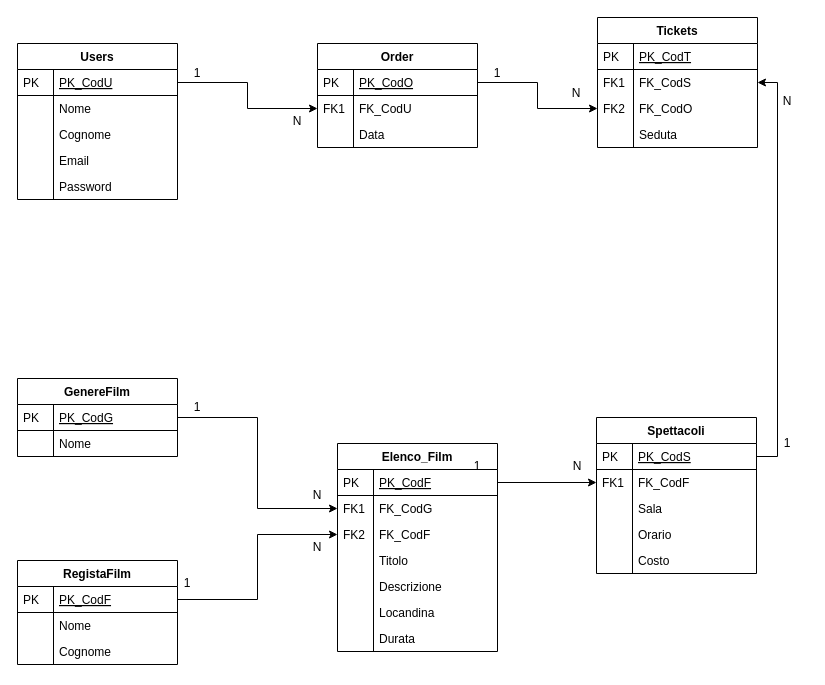
The draw.io diagram materiale aggiuntivo/DB.drawio in DenisCiammaricone/PrenotazioniCinema, before the edit. Source tidied: cells renumbered, new cells numbered last; positions are measured from the earlier drawing's top-left corner, leaving out a move shared by most shapes. Both pictures are drawn from the tidied source at 100%, with x=0, y=0 at pixel (17, 17).
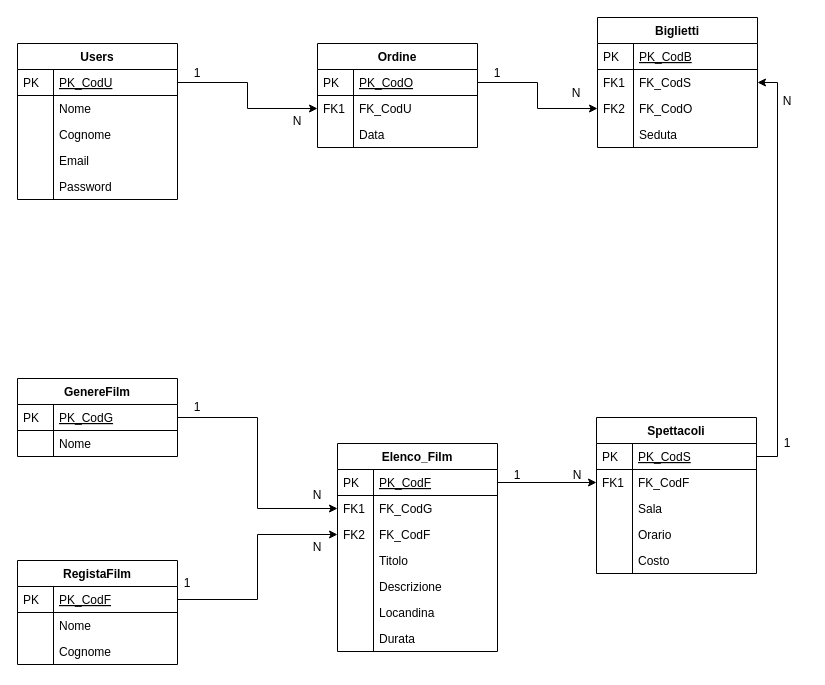
Above is the later version.

The edit, as a diff of the source:
```diff
@@
-    <mxCell id="13" value="Order" style="swimlane;fontStyle=1;horizontal=1;startSize=26;rounded=0;shadow=0;strokeWidth=1;" parent="1" vertex="1">
+    <mxCell id="13" value="Ordine" style="swimlane;fontStyle=1;horizontal=1;startSize=26;rounded=0;shadow=0;strokeWidth=1;" parent="1" vertex="1">
       <mxGeometry x="300" y="26" width="160" height="104" as="geometry" />
     </mxCell>
@@
-    <mxCell id="20" value="Tickets" style="swimlane;fontStyle=1;horizontal=1;startSize=26;rounded=0;shadow=0;strokeWidth=1;" parent="1" vertex="1">
+    <mxCell id="20" value="Biglietti" style="swimlane;fontStyle=1;horizontal=1;startSize=26;rounded=0;shadow=0;strokeWidth=1;" parent="1" vertex="1">
       <mxGeometry x="580" width="160" height="130" as="geometry" />
     </mxCell>
-    <mxCell id="21" value="PK_CodT" style="shape=partialRectangle;top=0;left=0;right=0;bottom=1;align=left;verticalAlign=top;fillColor=none;spacingLeft=40;spacingRight=4;overflow=hidden;rounded=0;shadow=0;strokeWidth=1;fontStyle=4;" parent="20" vertex="1">
+    <mxCell id="21" value="PK_CodB" style="shape=partialRectangle;top=0;left=0;right=0;bottom=1;align=left;verticalAlign=top;fillColor=none;spacingLeft=40;spacingRight=4;overflow=hidden;rounded=0;shadow=0;strokeWidth=1;fontStyle=4;" parent="20" vertex="1">
       <mxGeometry y="26" width="160" height="26" as="geometry" />
     </mxCell>
@@
     <mxCell id="56" value="N" style="text;html=1;strokeColor=none;fillColor=none;align=center;verticalAlign=middle;whiteSpace=wrap;rounded=0;" parent="1" vertex="1">
-      <mxGeometry x="540" y="439" width="40" height="20" as="geometry" />
+      <mxGeometry x="540" y="448" width="40" height="20" as="geometry" />
     </mxCell>
     <mxCell id="57" value="1" style="text;html=1;strokeColor=none;fillColor=none;align=center;verticalAlign=middle;whiteSpace=wrap;rounded=0;" parent="1" vertex="1">
-      <mxGeometry x="440" y="439" width="40" height="20" as="geometry" />
+      <mxGeometry x="480" y="448" width="40" height="20" as="geometry" />
     </mxCell>
```
